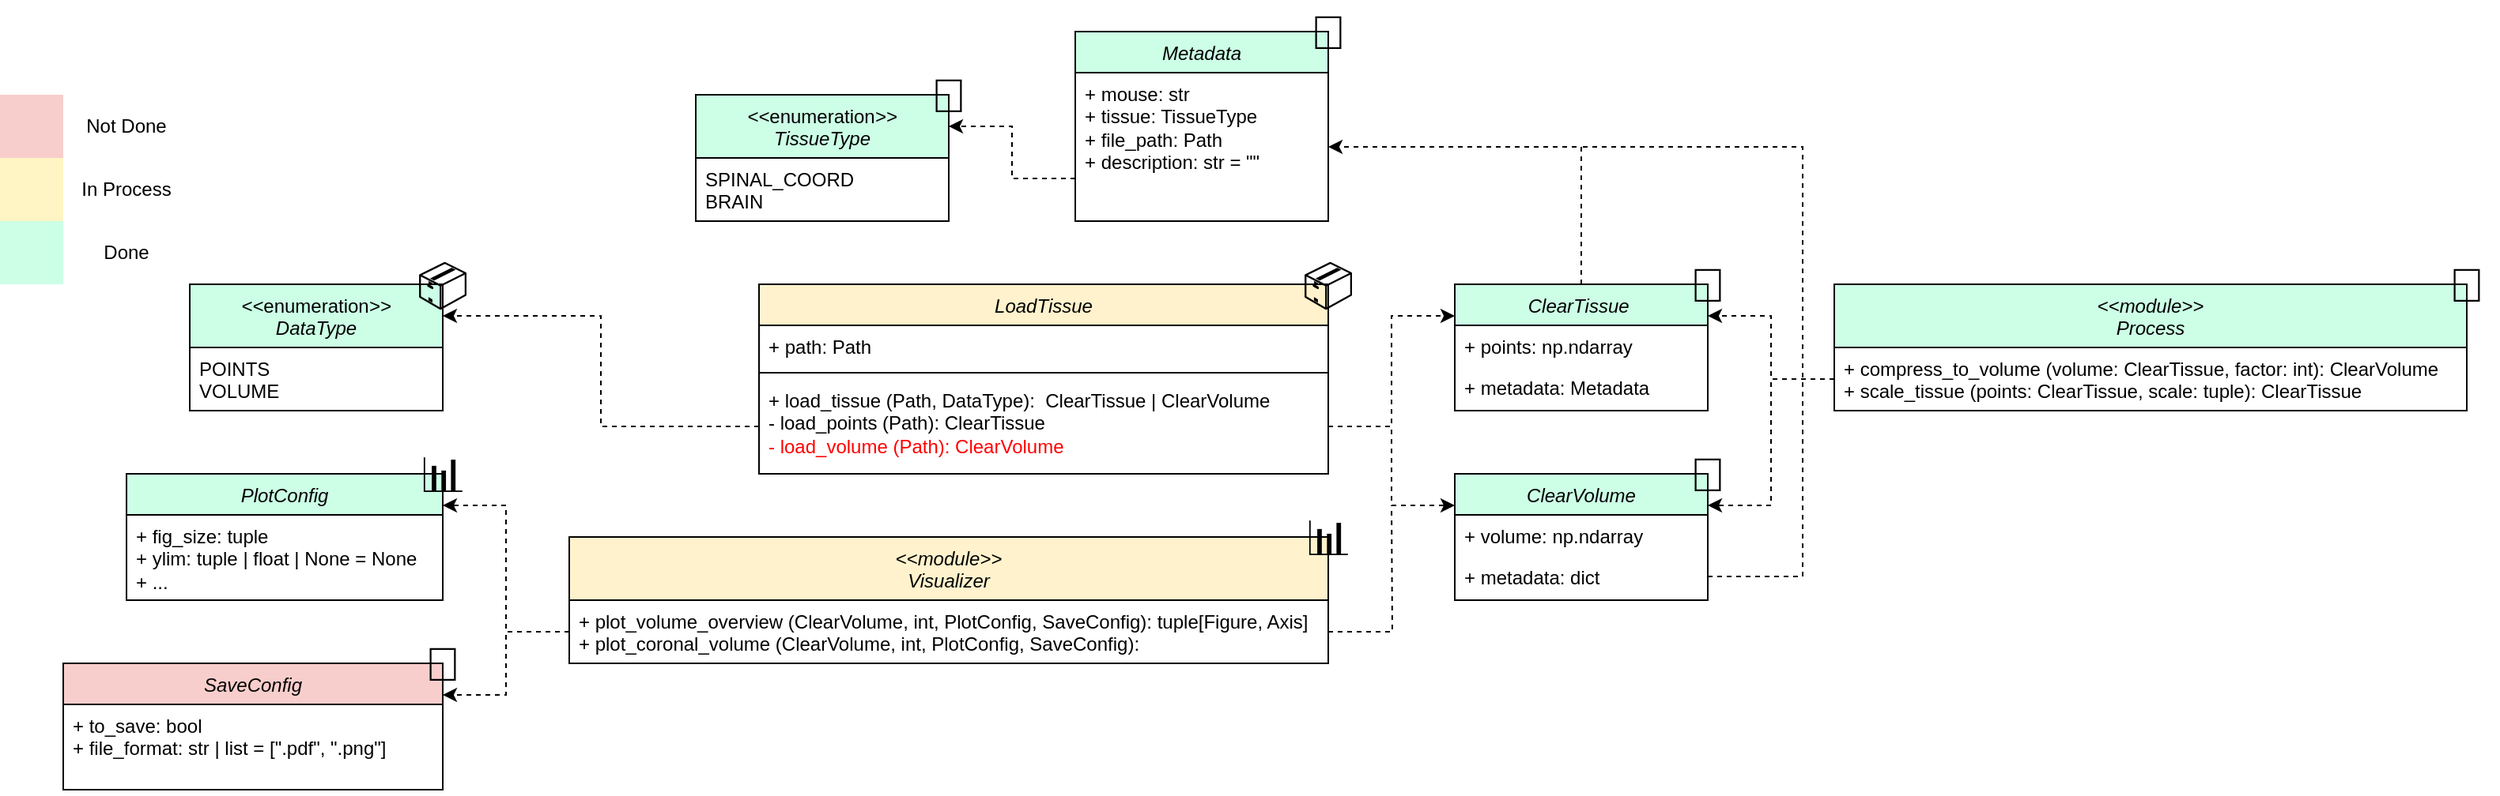
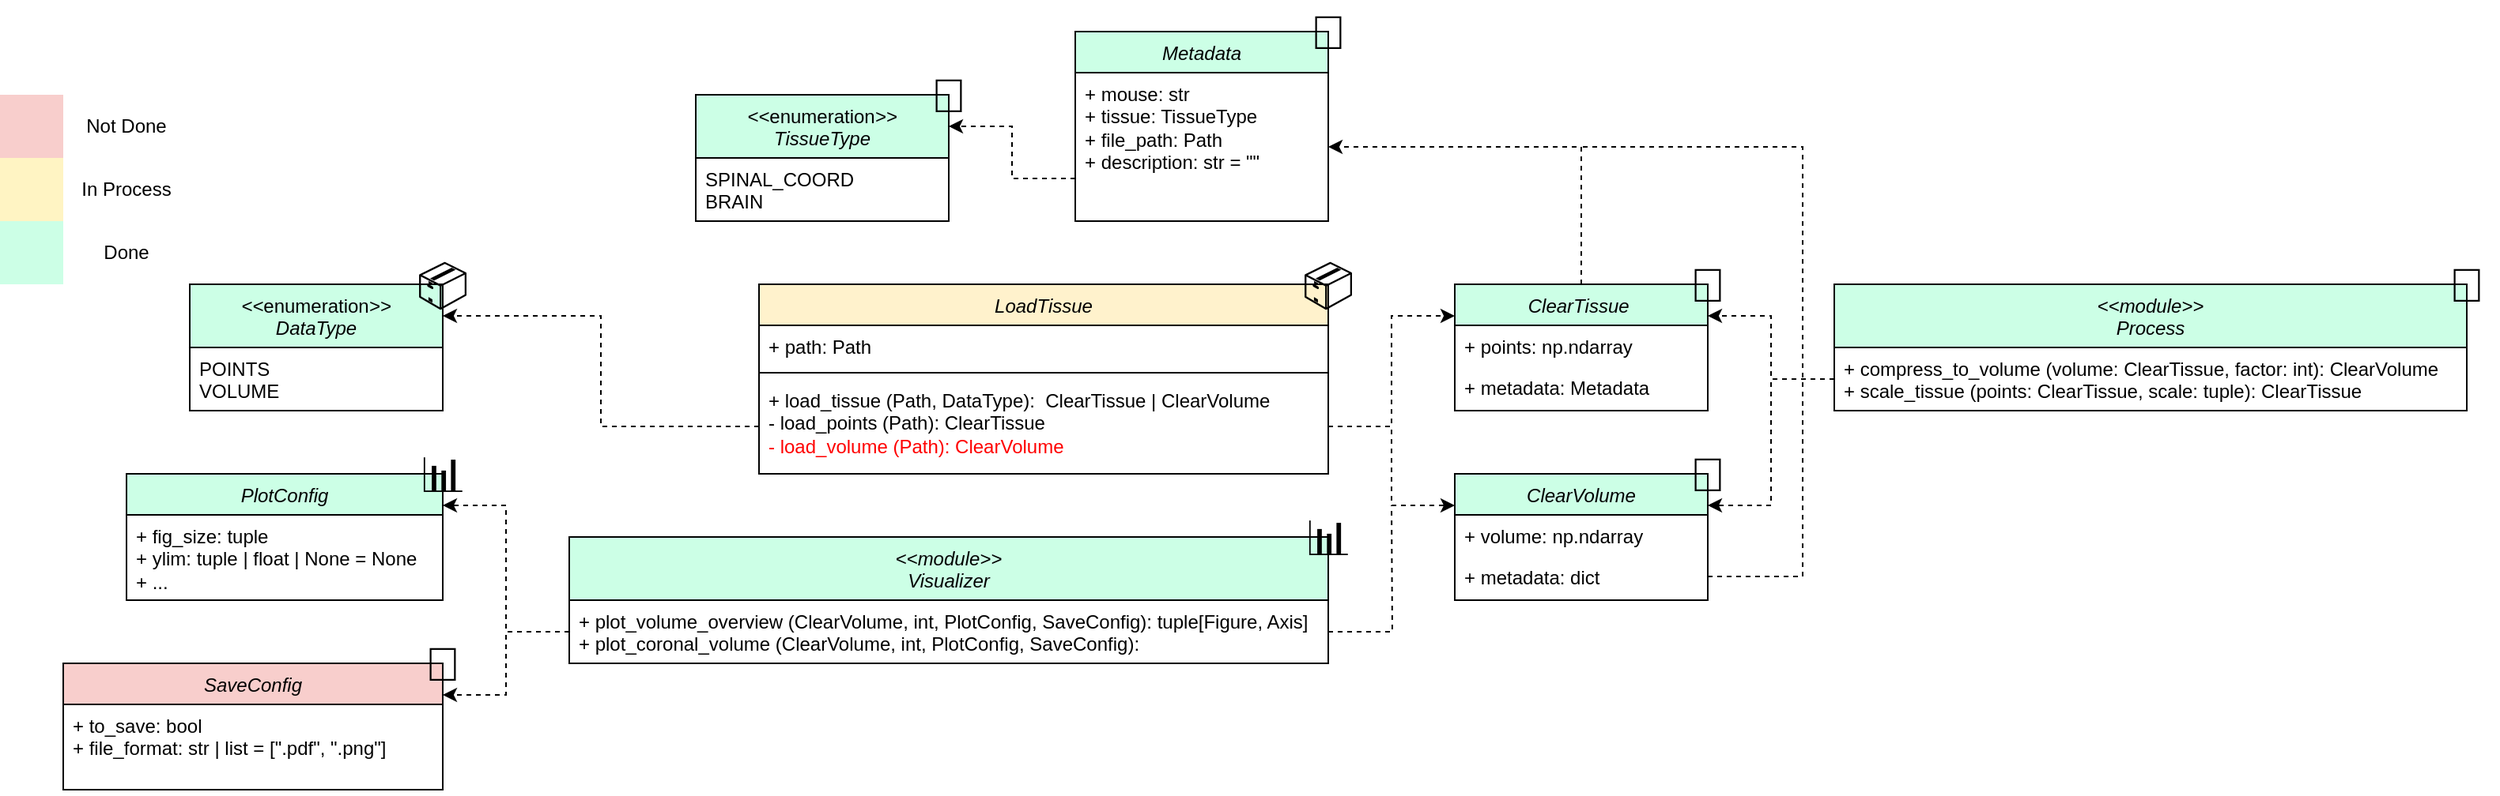
<mxfile host="Electron" agent="Mozilla/5.0 (Macintosh; Intel Mac OS X 10_15_7) AppleWebKit/537.36 (KHTML, like Gecko) draw.io/29.6.1 Chrome/142.0.7444.265 Electron/39.8.0 Safari/537.36" version="29.6.1">
  <diagram id="C5RBs43oDa-KdzZeNtuy" name="Page-1">
    <mxGraphModel dx="2624" dy="1106" grid="1" gridSize="10" guides="1" tooltips="1" connect="1" arrows="1" fold="1" page="1" pageScale="1" pageWidth="827" pageHeight="1169" math="0" shadow="0">
      <root>
        <mxCell id="WIyWlLk6GJQsqaUBKTNV-0" />
        <mxCell id="WIyWlLk6GJQsqaUBKTNV-1" parent="WIyWlLk6GJQsqaUBKTNV-0" />
        <mxCell id="zkfFHV4jXpPFQw0GAbJ--0" parent="WIyWlLk6GJQsqaUBKTNV-1" style="swimlane;fontStyle=2;align=center;verticalAlign=top;childLayout=stackLayout;horizontal=1;startSize=26;horizontalStack=0;resizeParent=1;resizeLast=0;collapsible=1;marginBottom=0;rounded=0;shadow=0;strokeWidth=1;fillColor=#CCFFE6;" value="ClearTissue " vertex="1">
          <mxGeometry height="80" width="160" x="600" y="200" as="geometry">
            <mxRectangle height="26" width="160" x="360" y="40" as="alternateBounds" />
          </mxGeometry>
        </mxCell>
        <mxCell id="zkfFHV4jXpPFQw0GAbJ--1" parent="zkfFHV4jXpPFQw0GAbJ--0" style="text;align=left;verticalAlign=top;spacingLeft=4;spacingRight=4;overflow=hidden;rotatable=0;points=[[0,0.5],[1,0.5]];portConstraint=eastwest;" value="+ points: np.ndarray" vertex="1">
          <mxGeometry height="26" width="160" y="26" as="geometry" />
        </mxCell>
        <mxCell id="zkfFHV4jXpPFQw0GAbJ--2" parent="zkfFHV4jXpPFQw0GAbJ--0" style="text;align=left;verticalAlign=top;spacingLeft=4;spacingRight=4;overflow=hidden;rotatable=0;points=[[0,0.5],[1,0.5]];portConstraint=eastwest;rounded=0;shadow=0;html=0;" value="+ metadata: Metadata" vertex="1">
          <mxGeometry height="26" width="160" y="52" as="geometry" />
        </mxCell>
        <mxCell id="KJ-KwieZcmjA-HbrrtZJ-0" parent="WIyWlLk6GJQsqaUBKTNV-1" style="swimlane;fontStyle=1;align=center;verticalAlign=top;childLayout=stackLayout;horizontal=1;startSize=26;horizontalStack=0;resizeParent=1;resizeParentMax=0;resizeLast=0;collapsible=1;marginBottom=0;whiteSpace=wrap;html=1;fillColor=#FFF2CC;" value="&lt;i style=&quot;font-weight: normal;&quot;&gt;LoadTissue&lt;/i&gt;" vertex="1">
          <mxGeometry height="120" width="360" x="160" y="200" as="geometry" />
        </mxCell>
        <mxCell id="KJ-KwieZcmjA-HbrrtZJ-1" parent="KJ-KwieZcmjA-HbrrtZJ-0" style="text;strokeColor=none;fillColor=none;align=left;verticalAlign=top;spacingLeft=4;spacingRight=4;overflow=hidden;rotatable=0;points=[[0,0.5],[1,0.5]];portConstraint=eastwest;whiteSpace=wrap;html=1;" value="+ path: Path" vertex="1">
          <mxGeometry height="26" width="360" y="26" as="geometry" />
        </mxCell>
        <mxCell id="KJ-KwieZcmjA-HbrrtZJ-2" parent="KJ-KwieZcmjA-HbrrtZJ-0" style="line;strokeWidth=1;fillColor=none;align=left;verticalAlign=middle;spacingTop=-1;spacingLeft=3;spacingRight=3;rotatable=0;labelPosition=right;points=[];portConstraint=eastwest;strokeColor=inherit;" value="" vertex="1">
          <mxGeometry height="8" width="360" y="52" as="geometry" />
        </mxCell>
        <mxCell id="KJ-KwieZcmjA-HbrrtZJ-3" parent="KJ-KwieZcmjA-HbrrtZJ-0" style="text;strokeColor=none;fillColor=none;align=left;verticalAlign=top;spacingLeft=4;spacingRight=4;overflow=hidden;rotatable=0;points=[[0,0.5],[1,0.5]];portConstraint=eastwest;whiteSpace=wrap;html=1;" value="+ load_tissue (&lt;span style=&quot;background-color: transparent; color: light-dark(rgb(0, 0, 0), rgb(255, 255, 255));&quot;&gt;Path,&amp;nbsp;&lt;/span&gt;&lt;span style=&quot;text-align: center;&quot;&gt;DataType&lt;/span&gt;&lt;span style=&quot;background-color: transparent; color: light-dark(rgb(0, 0, 0), rgb(255, 255, 255));&quot;&gt;):&amp;nbsp; ClearTissue | ClearVolume&lt;/span&gt;&lt;div&gt;&lt;span style=&quot;background-color: transparent; color: light-dark(rgb(0, 0, 0), rgb(255, 255, 255));&quot;&gt;- load_points (Path): ClearTissue&lt;/span&gt;&lt;/div&gt;&lt;div&gt;&lt;span style=&quot;background-color: transparent;&quot;&gt;&lt;font style=&quot;color: light-dark(rgb(255, 0, 0), rgb(255, 255, 255));&quot;&gt;- load_volume (Path): ClearVolume&lt;/font&gt;&lt;/span&gt;&lt;/div&gt;" vertex="1">
          <mxGeometry height="60" width="360" y="60" as="geometry" />
        </mxCell>
        <mxCell id="KJ-KwieZcmjA-HbrrtZJ-9" parent="WIyWlLk6GJQsqaUBKTNV-1" style="swimlane;fontStyle=1;align=center;verticalAlign=top;childLayout=stackLayout;horizontal=1;startSize=40;horizontalStack=0;resizeParent=1;resizeParentMax=0;resizeLast=0;collapsible=1;marginBottom=0;whiteSpace=wrap;html=1;fillColor=#CCFFE6;" value="&lt;i style=&quot;font-weight: 400;&quot;&gt;&amp;lt;&amp;lt;&lt;/i&gt;&lt;span style=&quot;font-weight: 400;&quot;&gt;enumeration&lt;/span&gt;&lt;i style=&quot;font-weight: 400;&quot;&gt;&amp;gt;&amp;gt;&lt;/i&gt;&lt;br style=&quot;font-weight: 400;&quot;&gt;&lt;i style=&quot;font-weight: 400;&quot;&gt;DataType&lt;/i&gt;" vertex="1">
          <mxGeometry height="80" width="160" x="-200" y="200" as="geometry" />
        </mxCell>
        <mxCell id="KJ-KwieZcmjA-HbrrtZJ-10" parent="KJ-KwieZcmjA-HbrrtZJ-9" style="text;strokeColor=none;fillColor=none;align=left;verticalAlign=top;spacingLeft=4;spacingRight=4;overflow=hidden;rotatable=0;points=[[0,0.5],[1,0.5]];portConstraint=eastwest;whiteSpace=wrap;html=1;" value="POINTS&lt;div&gt;VOLUME&lt;/div&gt;" vertex="1">
          <mxGeometry height="40" width="160" y="40" as="geometry" />
        </mxCell>
        <mxCell id="KJ-KwieZcmjA-HbrrtZJ-14" edge="1" parent="WIyWlLk6GJQsqaUBKTNV-1" source="KJ-KwieZcmjA-HbrrtZJ-3" style="edgeStyle=orthogonalEdgeStyle;rounded=0;orthogonalLoop=1;jettySize=auto;html=1;exitX=0;exitY=0.5;exitDx=0;exitDy=0;entryX=1;entryY=0.25;entryDx=0;entryDy=0;dashed=1;" target="KJ-KwieZcmjA-HbrrtZJ-9">
          <mxGeometry relative="1" as="geometry" />
        </mxCell>
        <mxCell id="KJ-KwieZcmjA-HbrrtZJ-15" edge="1" parent="WIyWlLk6GJQsqaUBKTNV-1" source="KJ-KwieZcmjA-HbrrtZJ-3" style="edgeStyle=orthogonalEdgeStyle;rounded=0;orthogonalLoop=1;jettySize=auto;html=1;exitX=1;exitY=0.5;exitDx=0;exitDy=0;entryX=0;entryY=0.25;entryDx=0;entryDy=0;dashed=1;" target="zkfFHV4jXpPFQw0GAbJ--0">
          <mxGeometry relative="1" as="geometry" />
        </mxCell>
        <mxCell id="KJ-KwieZcmjA-HbrrtZJ-16" parent="WIyWlLk6GJQsqaUBKTNV-1" style="swimlane;fontStyle=2;align=center;verticalAlign=top;childLayout=stackLayout;horizontal=1;startSize=26;horizontalStack=0;resizeParent=1;resizeLast=0;collapsible=1;marginBottom=0;rounded=0;shadow=0;strokeWidth=1;fillColor=light-dark(#ccffe6, #1f2f1e);" value="ClearVolume" vertex="1">
          <mxGeometry height="80" width="160" x="600" y="320" as="geometry">
            <mxRectangle height="26" width="160" x="360" y="40" as="alternateBounds" />
          </mxGeometry>
        </mxCell>
        <mxCell id="KJ-KwieZcmjA-HbrrtZJ-17" parent="KJ-KwieZcmjA-HbrrtZJ-16" style="text;align=left;verticalAlign=top;spacingLeft=4;spacingRight=4;overflow=hidden;rotatable=0;points=[[0,0.5],[1,0.5]];portConstraint=eastwest;" value="+ volume: np.ndarray" vertex="1">
          <mxGeometry height="26" width="160" y="26" as="geometry" />
        </mxCell>
        <mxCell id="KJ-KwieZcmjA-HbrrtZJ-18" parent="KJ-KwieZcmjA-HbrrtZJ-16" style="text;align=left;verticalAlign=top;spacingLeft=4;spacingRight=4;overflow=hidden;rotatable=0;points=[[0,0.5],[1,0.5]];portConstraint=eastwest;rounded=0;shadow=0;html=0;" value="+ metadata: dict" vertex="1">
          <mxGeometry height="26" width="160" y="52" as="geometry" />
        </mxCell>
        <mxCell id="KJ-KwieZcmjA-HbrrtZJ-19" edge="1" parent="WIyWlLk6GJQsqaUBKTNV-1" source="KJ-KwieZcmjA-HbrrtZJ-3" style="edgeStyle=orthogonalEdgeStyle;rounded=0;orthogonalLoop=1;jettySize=auto;html=1;exitX=1;exitY=0.5;exitDx=0;exitDy=0;entryX=0;entryY=0.25;entryDx=0;entryDy=0;dashed=1;" target="KJ-KwieZcmjA-HbrrtZJ-16">
          <mxGeometry relative="1" as="geometry" />
        </mxCell>
        <mxCell id="KJ-KwieZcmjA-HbrrtZJ-23" parent="WIyWlLk6GJQsqaUBKTNV-1" style="swimlane;fontStyle=1;align=center;verticalAlign=top;childLayout=stackLayout;horizontal=1;startSize=40;horizontalStack=0;resizeParent=1;resizeParentMax=0;resizeLast=0;collapsible=1;marginBottom=0;whiteSpace=wrap;html=1;fillColor=light-dark(#ccffe6, #1f2f1e);" value="&lt;div&gt;&lt;i style=&quot;font-weight: normal;&quot;&gt;&amp;lt;&amp;lt;module&amp;gt;&amp;gt;&lt;/i&gt;&lt;/div&gt;&lt;i style=&quot;font-weight: normal;&quot;&gt;Process&lt;/i&gt;" vertex="1">
          <mxGeometry height="80" width="400" x="840" y="200" as="geometry" />
        </mxCell>
        <mxCell id="KJ-KwieZcmjA-HbrrtZJ-26" parent="KJ-KwieZcmjA-HbrrtZJ-23" style="text;strokeColor=none;fillColor=none;align=left;verticalAlign=top;spacingLeft=4;spacingRight=4;overflow=hidden;rotatable=0;points=[[0,0.5],[1,0.5]];portConstraint=eastwest;whiteSpace=wrap;html=1;" value="+ compress_to_volume (volume: ClearTissue, factor: int): ClearVolume&lt;div&gt;+ scale_tissue (points: ClearTissue, scale: tuple): ClearTissue&lt;/div&gt;" vertex="1">
          <mxGeometry height="40" width="400" y="40" as="geometry" />
        </mxCell>
        <mxCell id="KJ-KwieZcmjA-HbrrtZJ-27" edge="1" parent="WIyWlLk6GJQsqaUBKTNV-1" source="KJ-KwieZcmjA-HbrrtZJ-26" style="edgeStyle=orthogonalEdgeStyle;rounded=0;orthogonalLoop=1;jettySize=auto;html=1;exitX=0;exitY=0.5;exitDx=0;exitDy=0;entryX=1;entryY=0.25;entryDx=0;entryDy=0;dashed=1;" target="zkfFHV4jXpPFQw0GAbJ--0">
          <mxGeometry relative="1" as="geometry" />
        </mxCell>
        <mxCell id="KJ-KwieZcmjA-HbrrtZJ-28" edge="1" parent="WIyWlLk6GJQsqaUBKTNV-1" source="KJ-KwieZcmjA-HbrrtZJ-26" style="edgeStyle=orthogonalEdgeStyle;rounded=0;orthogonalLoop=1;jettySize=auto;html=1;exitX=0;exitY=0.5;exitDx=0;exitDy=0;entryX=1;entryY=0.25;entryDx=0;entryDy=0;dashed=1;" target="KJ-KwieZcmjA-HbrrtZJ-16">
          <mxGeometry relative="1" as="geometry" />
        </mxCell>
-         <mxCell id="KJ-KwieZcmjA-HbrrtZJ-29" parent="WIyWlLk6GJQsqaUBKTNV-1" style="swimlane;fontStyle=1;align=center;verticalAlign=top;childLayout=stackLayout;horizontal=1;startSize=40;horizontalStack=0;resizeParent=1;resizeParentMax=0;resizeLast=0;collapsible=1;marginBottom=0;whiteSpace=wrap;html=1;fillColor=#FFF2CC;" value="&lt;div&gt;&lt;i style=&quot;font-weight: normal;&quot;&gt;&amp;lt;&amp;lt;module&amp;gt;&amp;gt;&lt;/i&gt;&lt;i style=&quot;font-weight: normal;&quot;&gt;&lt;/i&gt;&lt;/div&gt;&lt;i style=&quot;font-weight: normal;&quot;&gt;Visualizer&lt;/i&gt;" vertex="1">
+         <mxCell id="KJ-KwieZcmjA-HbrrtZJ-29" parent="WIyWlLk6GJQsqaUBKTNV-1" style="swimlane;fontStyle=1;align=center;verticalAlign=top;childLayout=stackLayout;horizontal=1;startSize=40;horizontalStack=0;resizeParent=1;resizeParentMax=0;resizeLast=0;collapsible=1;marginBottom=0;whiteSpace=wrap;html=1;fillColor=#CCFFE6;" value="&lt;div&gt;&lt;i style=&quot;font-weight: normal;&quot;&gt;&amp;lt;&amp;lt;module&amp;gt;&amp;gt;&lt;/i&gt;&lt;i style=&quot;font-weight: normal;&quot;&gt;&lt;/i&gt;&lt;/div&gt;&lt;i style=&quot;font-weight: normal;&quot;&gt;Visualizer&lt;/i&gt;" vertex="1">
          <mxGeometry height="80" width="480" x="40" y="360" as="geometry" />
        </mxCell>
        <mxCell id="KJ-KwieZcmjA-HbrrtZJ-32" parent="KJ-KwieZcmjA-HbrrtZJ-29" style="text;strokeColor=none;fillColor=none;align=left;verticalAlign=top;spacingLeft=4;spacingRight=4;overflow=hidden;rotatable=0;points=[[0,0.5],[1,0.5]];portConstraint=eastwest;whiteSpace=wrap;html=1;" value="+ plot_volume_overview (ClearVolume, int, PlotConfig, SaveConfig): tuple[Figure, Axis]&lt;div&gt;+ plot_coronal_volume&amp;nbsp;&lt;span style=&quot;background-color: transparent; color: light-dark(rgb(0, 0, 0), rgb(255, 255, 255));&quot;&gt;(ClearVolume, int, PlotConfig, SaveConfig):&lt;/span&gt;&lt;/div&gt;" vertex="1">
          <mxGeometry height="40" width="480" y="40" as="geometry" />
        </mxCell>
        <mxCell id="KJ-KwieZcmjA-HbrrtZJ-33" parent="WIyWlLk6GJQsqaUBKTNV-1" style="swimlane;fontStyle=1;align=center;verticalAlign=top;childLayout=stackLayout;horizontal=1;startSize=26;horizontalStack=0;resizeParent=1;resizeParentMax=0;resizeLast=0;collapsible=1;marginBottom=0;whiteSpace=wrap;html=1;fillColor=#CCFFE6;" value="&lt;i style=&quot;font-weight: normal;&quot;&gt;PlotConfig&lt;/i&gt;" vertex="1">
          <mxGeometry height="80" width="200" x="-240" y="320" as="geometry" />
        </mxCell>
        <mxCell id="KJ-KwieZcmjA-HbrrtZJ-34" parent="KJ-KwieZcmjA-HbrrtZJ-33" style="text;strokeColor=none;fillColor=none;align=left;verticalAlign=top;spacingLeft=4;spacingRight=4;overflow=hidden;rotatable=0;points=[[0,0.5],[1,0.5]];portConstraint=eastwest;whiteSpace=wrap;html=1;" value="+ fig_size: tuple&lt;div&gt;+ ylim: tuple | float | None = None&lt;/div&gt;&lt;div&gt;+ ...&lt;/div&gt;" vertex="1">
          <mxGeometry height="54" width="200" y="26" as="geometry" />
        </mxCell>
        <mxCell id="KJ-KwieZcmjA-HbrrtZJ-37" parent="WIyWlLk6GJQsqaUBKTNV-1" style="swimlane;fontStyle=1;align=center;verticalAlign=top;childLayout=stackLayout;horizontal=1;startSize=26;horizontalStack=0;resizeParent=1;resizeParentMax=0;resizeLast=0;collapsible=1;marginBottom=0;whiteSpace=wrap;html=1;fillColor=#F8CECC;" value="&lt;i style=&quot;font-weight: normal;&quot;&gt;SaveConfig&lt;/i&gt;" vertex="1">
          <mxGeometry height="80" width="240" x="-280" y="440" as="geometry" />
        </mxCell>
        <mxCell id="KJ-KwieZcmjA-HbrrtZJ-38" parent="KJ-KwieZcmjA-HbrrtZJ-37" style="text;strokeColor=none;fillColor=none;align=left;verticalAlign=top;spacingLeft=4;spacingRight=4;overflow=hidden;rotatable=0;points=[[0,0.5],[1,0.5]];portConstraint=eastwest;whiteSpace=wrap;html=1;" value="+ to_save&lt;span style=&quot;background-color: transparent; color: light-dark(rgb(0, 0, 0), rgb(255, 255, 255));&quot;&gt;: bool&lt;/span&gt;&lt;div&gt;&lt;div&gt;+ file_format: str | list = [&quot;.pdf&quot;, &quot;.png&quot;]&lt;/div&gt;&lt;/div&gt;" vertex="1">
          <mxGeometry height="54" width="240" y="26" as="geometry" />
        </mxCell>
        <mxCell id="KJ-KwieZcmjA-HbrrtZJ-40" edge="1" parent="WIyWlLk6GJQsqaUBKTNV-1" source="KJ-KwieZcmjA-HbrrtZJ-32" style="edgeStyle=orthogonalEdgeStyle;rounded=0;orthogonalLoop=1;jettySize=auto;html=1;exitX=0;exitY=0.5;exitDx=0;exitDy=0;entryX=1;entryY=0.25;entryDx=0;entryDy=0;dashed=1;" target="KJ-KwieZcmjA-HbrrtZJ-37">
          <mxGeometry relative="1" as="geometry">
            <Array as="points">
              <mxPoint y="420" />
              <mxPoint y="460" />
            </Array>
          </mxGeometry>
        </mxCell>
        <mxCell id="KJ-KwieZcmjA-HbrrtZJ-41" edge="1" parent="WIyWlLk6GJQsqaUBKTNV-1" source="KJ-KwieZcmjA-HbrrtZJ-32" style="edgeStyle=orthogonalEdgeStyle;rounded=0;orthogonalLoop=1;jettySize=auto;html=1;exitX=1;exitY=0.5;exitDx=0;exitDy=0;dashed=1;strokeWidth=1;endArrow=none;endFill=0;">
          <mxGeometry relative="1" as="geometry">
            <mxPoint x="560" y="340" as="targetPoint" />
          </mxGeometry>
        </mxCell>
        <mxCell id="KJ-KwieZcmjA-HbrrtZJ-42" edge="1" parent="WIyWlLk6GJQsqaUBKTNV-1" source="KJ-KwieZcmjA-HbrrtZJ-32" style="edgeStyle=orthogonalEdgeStyle;rounded=0;orthogonalLoop=1;jettySize=auto;html=1;exitX=0;exitY=0.5;exitDx=0;exitDy=0;entryX=1;entryY=0.25;entryDx=0;entryDy=0;dashed=1;" target="KJ-KwieZcmjA-HbrrtZJ-33">
          <mxGeometry relative="1" as="geometry">
            <Array as="points">
              <mxPoint y="420" />
              <mxPoint y="340" />
            </Array>
          </mxGeometry>
        </mxCell>
        <mxCell id="KJ-KwieZcmjA-HbrrtZJ-43" parent="WIyWlLk6GJQsqaUBKTNV-1" style="rounded=0;whiteSpace=wrap;html=1;strokeColor=none;fillColor=#CCFFE6;" value="" vertex="1">
          <mxGeometry height="40" width="40" x="-320" y="160" as="geometry" />
        </mxCell>
        <mxCell id="KJ-KwieZcmjA-HbrrtZJ-44" parent="WIyWlLk6GJQsqaUBKTNV-1" style="rounded=0;whiteSpace=wrap;html=1;strokeColor=none;fillColor=#FFF4C3;" value="" vertex="1">
          <mxGeometry height="40" width="40" x="-320" y="120" as="geometry" />
        </mxCell>
        <mxCell id="KJ-KwieZcmjA-HbrrtZJ-45" parent="WIyWlLk6GJQsqaUBKTNV-1" style="rounded=0;whiteSpace=wrap;html=1;strokeColor=none;fillColor=#F8CECC;" value="" vertex="1">
          <mxGeometry height="40" width="40" x="-320" y="80" as="geometry" />
        </mxCell>
        <mxCell id="KJ-KwieZcmjA-HbrrtZJ-46" parent="WIyWlLk6GJQsqaUBKTNV-1" style="text;html=1;whiteSpace=wrap;strokeColor=none;fillColor=none;align=center;verticalAlign=middle;rounded=0;" value="Not Done" vertex="1">
          <mxGeometry height="40" width="80" x="-280" y="80" as="geometry" />
        </mxCell>
        <mxCell id="KJ-KwieZcmjA-HbrrtZJ-47" parent="WIyWlLk6GJQsqaUBKTNV-1" style="text;html=1;whiteSpace=wrap;strokeColor=none;fillColor=none;align=center;verticalAlign=middle;rounded=0;" value="In Process" vertex="1">
          <mxGeometry height="40" width="80" x="-280" y="120" as="geometry" />
        </mxCell>
        <mxCell id="KJ-KwieZcmjA-HbrrtZJ-48" parent="WIyWlLk6GJQsqaUBKTNV-1" style="text;html=1;whiteSpace=wrap;strokeColor=none;fillColor=none;align=center;verticalAlign=middle;rounded=0;" value="Done" vertex="1">
          <mxGeometry height="40" width="80" x="-280" y="160" as="geometry" />
        </mxCell>
        <mxCell id="KJ-KwieZcmjA-HbrrtZJ-49" parent="WIyWlLk6GJQsqaUBKTNV-1" style="text;html=1;whiteSpace=wrap;strokeColor=none;fillColor=none;align=center;verticalAlign=middle;rounded=0;fontSize=30;" value="📦" vertex="1">
          <mxGeometry height="40" width="40" x="-60" y="180" as="geometry" />
        </mxCell>
        <mxCell id="KJ-KwieZcmjA-HbrrtZJ-51" parent="WIyWlLk6GJQsqaUBKTNV-1" style="text;html=1;whiteSpace=wrap;strokeColor=none;fillColor=none;align=center;verticalAlign=middle;rounded=0;fontSize=30;" value="📦" vertex="1">
          <mxGeometry height="40" width="40" x="500" y="180" as="geometry" />
        </mxCell>
        <mxCell id="KJ-KwieZcmjA-HbrrtZJ-52" parent="WIyWlLk6GJQsqaUBKTNV-1" style="text;html=1;whiteSpace=wrap;strokeColor=none;fillColor=none;align=center;verticalAlign=middle;rounded=0;fontSize=30;" value="🧪" vertex="1">
          <mxGeometry height="40" width="40" x="740" y="180" as="geometry" />
        </mxCell>
        <mxCell id="KJ-KwieZcmjA-HbrrtZJ-53" parent="WIyWlLk6GJQsqaUBKTNV-1" style="text;html=1;whiteSpace=wrap;strokeColor=none;fillColor=none;align=center;verticalAlign=middle;rounded=0;fontSize=30;" value="🧪" vertex="1">
          <mxGeometry height="40" width="40" x="740" y="300" as="geometry" />
        </mxCell>
        <mxCell id="KJ-KwieZcmjA-HbrrtZJ-54" parent="WIyWlLk6GJQsqaUBKTNV-1" style="text;html=1;whiteSpace=wrap;strokeColor=none;fillColor=none;align=center;verticalAlign=middle;rounded=0;fontSize=30;" value="📊" vertex="1">
          <mxGeometry height="40" width="40" x="500" y="340" as="geometry" />
        </mxCell>
        <mxCell id="KJ-KwieZcmjA-HbrrtZJ-55" parent="WIyWlLk6GJQsqaUBKTNV-1" style="text;html=1;whiteSpace=wrap;strokeColor=none;fillColor=none;align=center;verticalAlign=middle;rounded=0;fontSize=30;" value="📊" vertex="1">
          <mxGeometry height="40" width="40" x="-60" y="300" as="geometry" />
        </mxCell>
        <mxCell id="KJ-KwieZcmjA-HbrrtZJ-56" parent="WIyWlLk6GJQsqaUBKTNV-1" style="text;html=1;whiteSpace=wrap;strokeColor=none;fillColor=none;align=center;verticalAlign=middle;rounded=0;fontSize=30;" value="💾" vertex="1">
          <mxGeometry height="40" width="40" x="-60" y="420" as="geometry" />
        </mxCell>
        <mxCell id="KJ-KwieZcmjA-HbrrtZJ-57" parent="WIyWlLk6GJQsqaUBKTNV-1" style="text;html=1;whiteSpace=wrap;strokeColor=none;fillColor=none;align=center;verticalAlign=middle;rounded=0;fontSize=30;" value="🍔" vertex="1">
          <mxGeometry height="40" width="40" x="1220" y="180" as="geometry" />
        </mxCell>
        <mxCell id="KJ-KwieZcmjA-HbrrtZJ-58" parent="WIyWlLk6GJQsqaUBKTNV-1" style="swimlane;fontStyle=1;align=center;verticalAlign=top;childLayout=stackLayout;horizontal=1;startSize=26;horizontalStack=0;resizeParent=1;resizeParentMax=0;resizeLast=0;collapsible=1;marginBottom=0;whiteSpace=wrap;html=1;fillColor=#CCFFE6;" value="&lt;i style=&quot;font-weight: normal;&quot;&gt;Metadata&lt;/i&gt;" vertex="1">
          <mxGeometry height="120" width="160" x="360" y="40" as="geometry" />
        </mxCell>
        <mxCell id="KJ-KwieZcmjA-HbrrtZJ-59" parent="KJ-KwieZcmjA-HbrrtZJ-58" style="text;strokeColor=none;fillColor=none;align=left;verticalAlign=top;spacingLeft=4;spacingRight=4;overflow=hidden;rotatable=0;points=[[0,0.5],[1,0.5]];portConstraint=eastwest;whiteSpace=wrap;html=1;" value="+ mouse: str&lt;div&gt;+ tissue: TissueType&lt;/div&gt;&lt;div&gt;+ file_path: Path&lt;/div&gt;&lt;div&gt;+ description: str = &quot;&quot;&lt;/div&gt;" vertex="1">
          <mxGeometry height="94" width="160" y="26" as="geometry" />
        </mxCell>
        <mxCell id="KJ-KwieZcmjA-HbrrtZJ-60" parent="WIyWlLk6GJQsqaUBKTNV-1" style="text;html=1;whiteSpace=wrap;strokeColor=none;fillColor=none;align=center;verticalAlign=middle;rounded=0;fontSize=30;" value="🔎" vertex="1">
          <mxGeometry height="40" width="40" x="500" y="20" as="geometry" />
        </mxCell>
        <mxCell id="KJ-KwieZcmjA-HbrrtZJ-61" edge="1" parent="WIyWlLk6GJQsqaUBKTNV-1" source="zkfFHV4jXpPFQw0GAbJ--0" style="edgeStyle=orthogonalEdgeStyle;rounded=0;orthogonalLoop=1;jettySize=auto;html=1;exitX=0.5;exitY=0;exitDx=0;exitDy=0;entryX=1;entryY=0.5;entryDx=0;entryDy=0;dashed=1;" target="KJ-KwieZcmjA-HbrrtZJ-59">
          <mxGeometry relative="1" as="geometry">
            <Array as="points">
              <mxPoint x="680" y="113" />
            </Array>
            <mxPoint x="630" y="100" as="targetPoint" />
          </mxGeometry>
        </mxCell>
        <mxCell id="KJ-KwieZcmjA-HbrrtZJ-62" parent="WIyWlLk6GJQsqaUBKTNV-1" style="swimlane;fontStyle=1;align=center;verticalAlign=top;childLayout=stackLayout;horizontal=1;startSize=40;horizontalStack=0;resizeParent=1;resizeParentMax=0;resizeLast=0;collapsible=1;marginBottom=0;whiteSpace=wrap;html=1;fillColor=#CCFFE6;" value="&lt;i style=&quot;font-weight: 400;&quot;&gt;&amp;lt;&amp;lt;&lt;/i&gt;&lt;span style=&quot;font-weight: 400;&quot;&gt;enumeration&lt;/span&gt;&lt;i style=&quot;font-weight: 400;&quot;&gt;&amp;gt;&amp;gt;&lt;/i&gt;&lt;br style=&quot;font-weight: 400;&quot;&gt;&lt;i style=&quot;font-weight: 400;&quot;&gt;TissueType&lt;/i&gt;" vertex="1">
          <mxGeometry height="80" width="160" x="120" y="80" as="geometry" />
        </mxCell>
        <mxCell id="KJ-KwieZcmjA-HbrrtZJ-63" parent="KJ-KwieZcmjA-HbrrtZJ-62" style="text;strokeColor=none;fillColor=none;align=left;verticalAlign=top;spacingLeft=4;spacingRight=4;overflow=hidden;rotatable=0;points=[[0,0.5],[1,0.5]];portConstraint=eastwest;whiteSpace=wrap;html=1;" value="SPINAL_COORD&lt;div&gt;BRAIN&lt;/div&gt;" vertex="1">
          <mxGeometry height="40" width="160" y="40" as="geometry" />
        </mxCell>
        <mxCell id="KJ-KwieZcmjA-HbrrtZJ-64" parent="WIyWlLk6GJQsqaUBKTNV-1" style="text;html=1;whiteSpace=wrap;strokeColor=none;fillColor=none;align=center;verticalAlign=middle;rounded=0;fontSize=30;" value="🧪" vertex="1">
          <mxGeometry height="40" width="40" x="260" y="60" as="geometry" />
        </mxCell>
        <mxCell id="KJ-KwieZcmjA-HbrrtZJ-65" edge="1" parent="WIyWlLk6GJQsqaUBKTNV-1" source="KJ-KwieZcmjA-HbrrtZJ-59" style="edgeStyle=orthogonalEdgeStyle;rounded=0;orthogonalLoop=1;jettySize=auto;html=1;entryX=1;entryY=0.25;entryDx=0;entryDy=0;dashed=1;" target="KJ-KwieZcmjA-HbrrtZJ-62" value="">
          <mxGeometry relative="1" as="geometry">
            <Array as="points">
              <mxPoint x="320" y="133" />
              <mxPoint x="320" y="100" />
            </Array>
          </mxGeometry>
        </mxCell>
        <mxCell id="9kSy1MCf90ZuvKtcXz_z-0" edge="1" parent="WIyWlLk6GJQsqaUBKTNV-1" source="KJ-KwieZcmjA-HbrrtZJ-18" style="edgeStyle=orthogonalEdgeStyle;rounded=0;orthogonalLoop=1;jettySize=auto;html=1;exitX=1;exitY=0.5;exitDx=0;exitDy=0;dashed=1;endArrow=none;endFill=0;">
          <mxGeometry relative="1" as="geometry">
            <Array as="points">
              <mxPoint x="820" y="385" />
              <mxPoint x="820" y="113" />
            </Array>
            <mxPoint x="680" y="113" as="targetPoint" />
          </mxGeometry>
        </mxCell>
      </root>
    </mxGraphModel>
  </diagram>
</mxfile>
